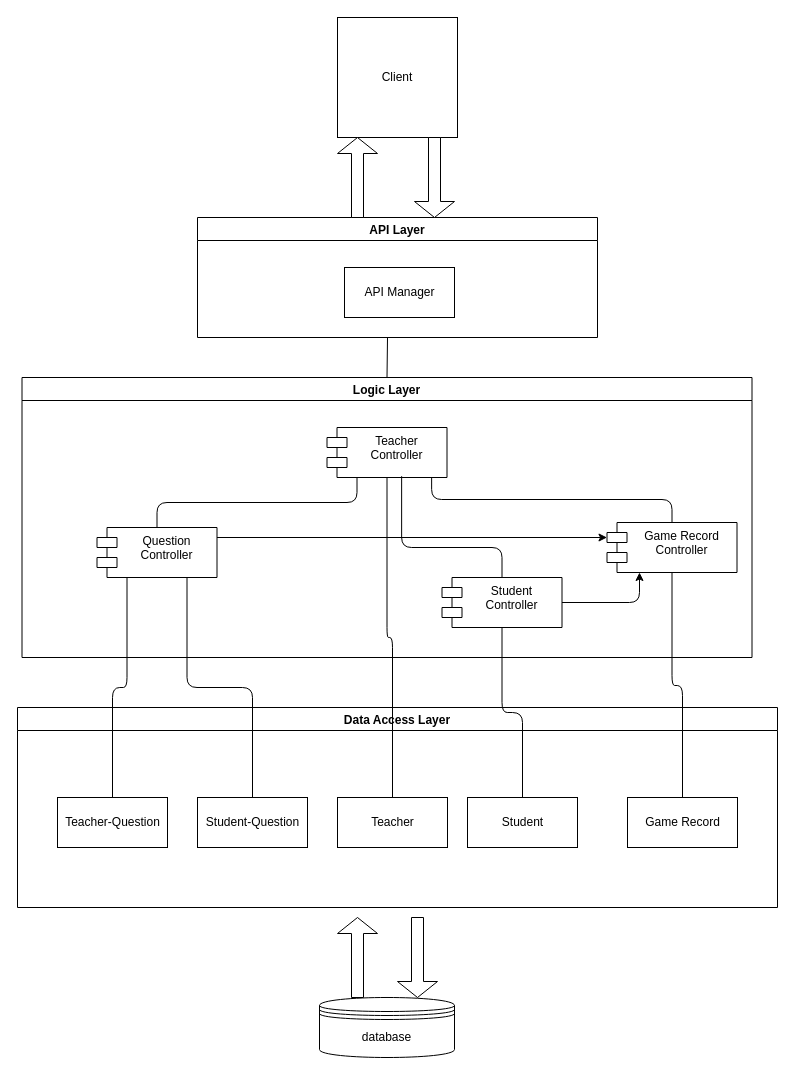
zhangyongzhe20/CZ3003 keeps this draw.io diagram as backend/Architecture_Diagram.drawio. Above is the earlier version. Source tidied: cells renumbered, new cells numbered last; positions are measured from the earlier drawing's top-left corner, leaving out a move shared by most shapes. Both pictures are drawn from the tidied source at 100%, with x=0, y=0 at pixel (17, 17).
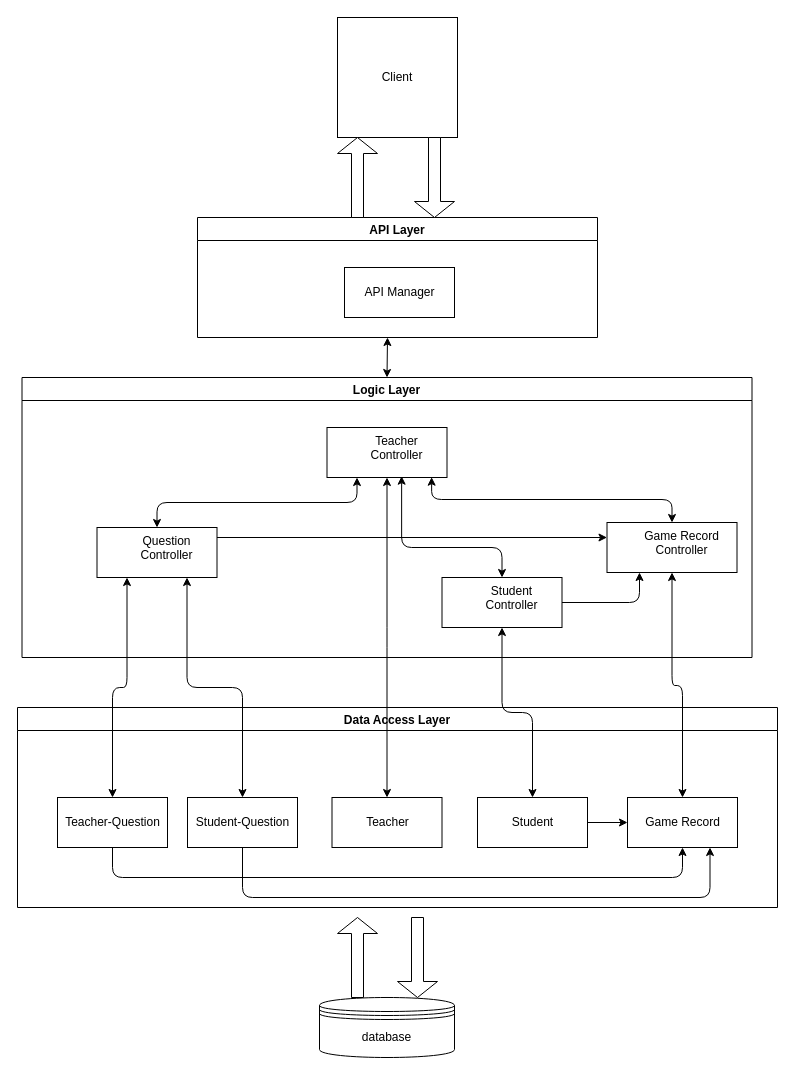
The same page after the edit.

The change refers to these unchanged cells:
```xml
<mxCell id="3" value="Logic Layer" style="swimlane;" parent="1" vertex="1">
  <mxGeometry x="4.5" y="360" width="730" height="280" as="geometry" />
</mxCell>
<mxCell id="13" value="Data Access Layer" style="swimlane;" parent="1" vertex="1">
  <mxGeometry y="690" width="760" height="200" as="geometry" />
</mxCell>
<mxCell id="14" value="Teacher-Question" style="html=1;" parent="13" vertex="1">
  <mxGeometry x="40" y="90" width="110" height="50" as="geometry" />
</mxCell>
<mxCell id="18" value="Game Record" style="html=1;" parent="13" vertex="1">
  <mxGeometry x="610" y="90" width="110" height="50" as="geometry" />
</mxCell>
```

Change to the diagram source:
```diff
@@
-    <mxCell id="4" value="Game Record &#10;Controller" style="shape=module;align=left;spacingLeft=20;align=center;verticalAlign=top;" parent="3" vertex="1">
+    <mxCell id="4" value="Game Record &#10;Controller" style="align=left;spacingLeft=20;align=center;verticalAlign=top;" parent="3" vertex="1">
       <mxGeometry x="585" y="145" width="130" height="50" as="geometry" />
     </mxCell>
-    <mxCell id="5" value="Teacher&#10;Controller" style="shape=module;align=left;spacingLeft=20;align=center;verticalAlign=top;" parent="3" vertex="1">
+    <mxCell id="5" value="Teacher&#10;Controller" style="align=left;spacingLeft=20;align=center;verticalAlign=top;" parent="3" vertex="1">
       <mxGeometry x="305" y="50" width="120" height="50" as="geometry" />
     </mxCell>
-    <mxCell id="6" value="Student&#10;Controller" style="shape=module;align=left;spacingLeft=20;align=center;verticalAlign=top;" parent="3" vertex="1">
+    <mxCell id="6" value="Student&#10;Controller" style="align=left;spacingLeft=20;align=center;verticalAlign=top;" parent="3" vertex="1">
       <mxGeometry x="420" y="200" width="120" height="50" as="geometry" />
     </mxCell>
-    <mxCell id="7" value="Question&#10;Controller" style="shape=module;align=left;spacingLeft=20;align=center;verticalAlign=top;" parent="3" vertex="1">
+    <mxCell id="7" value="Question&#10;Controller" style="align=left;spacingLeft=20;align=center;verticalAlign=top;" parent="3" vertex="1">
       <mxGeometry x="75" y="150" width="120" height="50" as="geometry" />
     </mxCell>
@@
-    <mxCell id="10" style="edgeStyle=elbowEdgeStyle;elbow=vertical;endArrow=none;html=1;exitX=0.5;exitY=0;exitDx=0;exitDy=0;entryX=0.25;entryY=1;entryDx=0;entryDy=0;endFill=0;" parent="3" edge="1" source="7" target="5">
+    <mxCell id="10" style="edgeStyle=elbowEdgeStyle;elbow=vertical;endArrow=classic;html=1;exitX=0.5;exitY=0;exitDx=0;exitDy=0;entryX=0.25;entryY=1;entryDx=0;entryDy=0;endFill=1;startArrow=classic;startFill=1;" parent="3" edge="1" source="7" target="5">
       <mxGeometry relative="1" as="geometry" />
     </mxCell>
-    <mxCell id="11" style="edgeStyle=elbowEdgeStyle;elbow=vertical;endArrow=none;html=1;entryX=0.622;entryY=0.974;entryDx=0;entryDy=0;entryPerimeter=0;exitX=0.5;exitY=0;exitDx=0;exitDy=0;endFill=0;" parent="3" edge="1" source="6" target="5">
+    <mxCell id="11" style="edgeStyle=elbowEdgeStyle;elbow=vertical;endArrow=classic;html=1;entryX=0.622;entryY=0.974;entryDx=0;entryDy=0;entryPerimeter=0;exitX=0.5;exitY=0;exitDx=0;exitDy=0;endFill=1;startArrow=classic;startFill=1;" parent="3" edge="1" source="6" target="5">
       <mxGeometry relative="1" as="geometry">
         <Array as="points">
           <mxPoint x="440" y="170" />
         </Array>
       </mxGeometry>
     </mxCell>
-    <mxCell id="12" style="edgeStyle=elbowEdgeStyle;elbow=vertical;endArrow=none;html=1;entryX=0.872;entryY=0.994;entryDx=0;entryDy=0;entryPerimeter=0;exitX=0.5;exitY=0;exitDx=0;exitDy=0;endFill=0;" parent="3" edge="1" source="4" target="5">
+    <mxCell id="12" style="edgeStyle=elbowEdgeStyle;elbow=vertical;endArrow=classic;html=1;entryX=0.872;entryY=0.994;entryDx=0;entryDy=0;entryPerimeter=0;exitX=0.5;exitY=0;exitDx=0;exitDy=0;endFill=1;startArrow=classic;startFill=1;" parent="3" edge="1" source="4" target="5">
       <mxGeometry relative="1" as="geometry" />
     </mxCell>
@@
     <mxCell id="15" value="Student-Question" style="html=1;" parent="13" vertex="1">
-      <mxGeometry x="180" y="90" width="110" height="50" as="geometry" />
+      <mxGeometry x="170" y="90" width="110" height="50" as="geometry" />
     </mxCell>
     <mxCell id="16" value="Teacher" style="html=1;" parent="13" vertex="1">
-      <mxGeometry x="320" y="90" width="110" height="50" as="geometry" />
+      <mxGeometry x="314.5" y="90" width="110" height="50" as="geometry" />
     </mxCell>
     <mxCell id="17" value="Student" style="html=1;" parent="13" vertex="1">
-      <mxGeometry x="450" y="90" width="110" height="50" as="geometry" />
+      <mxGeometry x="460" y="90" width="110" height="50" as="geometry" />
     </mxCell>
@@
+    <mxCell id="32" style="edgeStyle=elbowEdgeStyle;elbow=horizontal;endArrow=classic;html=1;entryX=0.5;entryY=1;entryDx=0;entryDy=0;exitX=0.5;exitY=1;exitDx=0;exitDy=0;" parent="13" edge="1" source="14" target="18">
+      <mxGeometry relative="1" as="geometry">
+        <Array as="points">
+          <mxPoint x="95" y="170" />
+          <mxPoint x="250" y="180" />
+        </Array>
+      </mxGeometry>
+    </mxCell>
+    <mxCell id="33" style="edgeStyle=elbowEdgeStyle;elbow=horizontal;endArrow=classic;html=1;entryX=0.75;entryY=1;entryDx=0;entryDy=0;exitX=0.5;exitY=1;exitDx=0;exitDy=0;" parent="13" edge="1" source="15" target="18">
+      <mxGeometry relative="1" as="geometry">
+        <Array as="points">
+          <mxPoint x="500" y="190" />
+          <mxPoint x="440" y="180" />
+          <mxPoint x="220" y="140" />
+          <mxPoint x="260" y="190" />
+        </Array>
+      </mxGeometry>
+    </mxCell>
+    <mxCell id="34" style="endArrow=classic;html=1;entryX=0;entryY=0.5;entryDx=0;entryDy=0;exitX=1;exitY=0.5;exitDx=0;exitDy=0;" parent="13" edge="1" source="17" target="18">
+      <mxGeometry relative="1" as="geometry" />
+    </mxCell>
@@
-    <mxCell id="21" style="edgeStyle=elbowEdgeStyle;elbow=vertical;endArrow=none;html=1;entryX=0.25;entryY=1;entryDx=0;entryDy=0;exitX=0.5;exitY=0;exitDx=0;exitDy=0;endFill=0;" parent="1" edge="1" source="14" target="7">
+    <mxCell id="21" style="edgeStyle=elbowEdgeStyle;elbow=vertical;endArrow=classic;html=1;entryX=0.25;entryY=1;entryDx=0;entryDy=0;exitX=0.5;exitY=0;exitDx=0;exitDy=0;endFill=1;startArrow=classic;startFill=1;" parent="1" edge="1" source="14" target="7">
       <mxGeometry relative="1" as="geometry" />
     </mxCell>
-    <mxCell id="22" style="edgeStyle=elbowEdgeStyle;elbow=vertical;endArrow=none;html=1;entryX=0.75;entryY=1;entryDx=0;entryDy=0;endFill=0;" parent="1" edge="1" source="15" target="7">
+    <mxCell id="22" style="edgeStyle=elbowEdgeStyle;elbow=vertical;endArrow=classic;html=1;entryX=0.75;entryY=1;entryDx=0;entryDy=0;endFill=1;startArrow=classic;startFill=1;" parent="1" edge="1" source="15" target="7">
       <mxGeometry relative="1" as="geometry" />
     </mxCell>
-    <mxCell id="23" style="edgeStyle=elbowEdgeStyle;elbow=vertical;endArrow=none;html=1;entryX=0.5;entryY=1;entryDx=0;entryDy=0;endFill=0;" parent="1" edge="1" source="16" target="5">
+    <mxCell id="23" style="edgeStyle=elbowEdgeStyle;elbow=vertical;endArrow=classic;html=1;entryX=0.5;entryY=1;entryDx=0;entryDy=0;endFill=1;startArrow=classic;startFill=1;" parent="1" edge="1" source="16" target="5">
       <mxGeometry relative="1" as="geometry" />
     </mxCell>
-    <mxCell id="24" style="edgeStyle=elbowEdgeStyle;elbow=vertical;endArrow=none;html=1;entryX=0.5;entryY=1;entryDx=0;entryDy=0;exitX=0.5;exitY=0;exitDx=0;exitDy=0;endFill=0;" parent="1" edge="1" source="17" target="6">
+    <mxCell id="24" style="edgeStyle=elbowEdgeStyle;elbow=vertical;endArrow=classic;html=1;entryX=0.5;entryY=1;entryDx=0;entryDy=0;exitX=0.5;exitY=0;exitDx=0;exitDy=0;endFill=1;startArrow=classic;startFill=1;" parent="1" edge="1" source="17" target="6">
       <mxGeometry relative="1" as="geometry" />
     </mxCell>
-    <mxCell id="25" style="edgeStyle=elbowEdgeStyle;elbow=vertical;endArrow=none;html=1;entryX=0.5;entryY=1;entryDx=0;entryDy=0;exitX=0.5;exitY=0;exitDx=0;exitDy=0;endFill=0;" parent="1" edge="1" source="18" target="4">
+    <mxCell id="25" style="edgeStyle=elbowEdgeStyle;elbow=vertical;endArrow=classic;html=1;entryX=0.5;entryY=1;entryDx=0;entryDy=0;exitX=0.5;exitY=0;exitDx=0;exitDy=0;endFill=1;startArrow=classic;startFill=1;" parent="1" edge="1" source="18" target="4">
       <mxGeometry relative="1" as="geometry" />
     </mxCell>
@@
-    <mxCell id="31" style="endArrow=none;html=1;exitX=0.5;exitY=0;exitDx=0;exitDy=0;endFill=0;" parent="1" edge="1" source="3">
+    <mxCell id="31" style="endArrow=classic;html=1;exitX=0.5;exitY=0;exitDx=0;exitDy=0;endFill=1;startArrow=classic;startFill=1;" parent="1" edge="1" source="3">
       <mxGeometry relative="1" as="geometry">
         <mxPoint x="370" y="320" as="targetPoint" />
       </mxGeometry>
     </mxCell>
```
